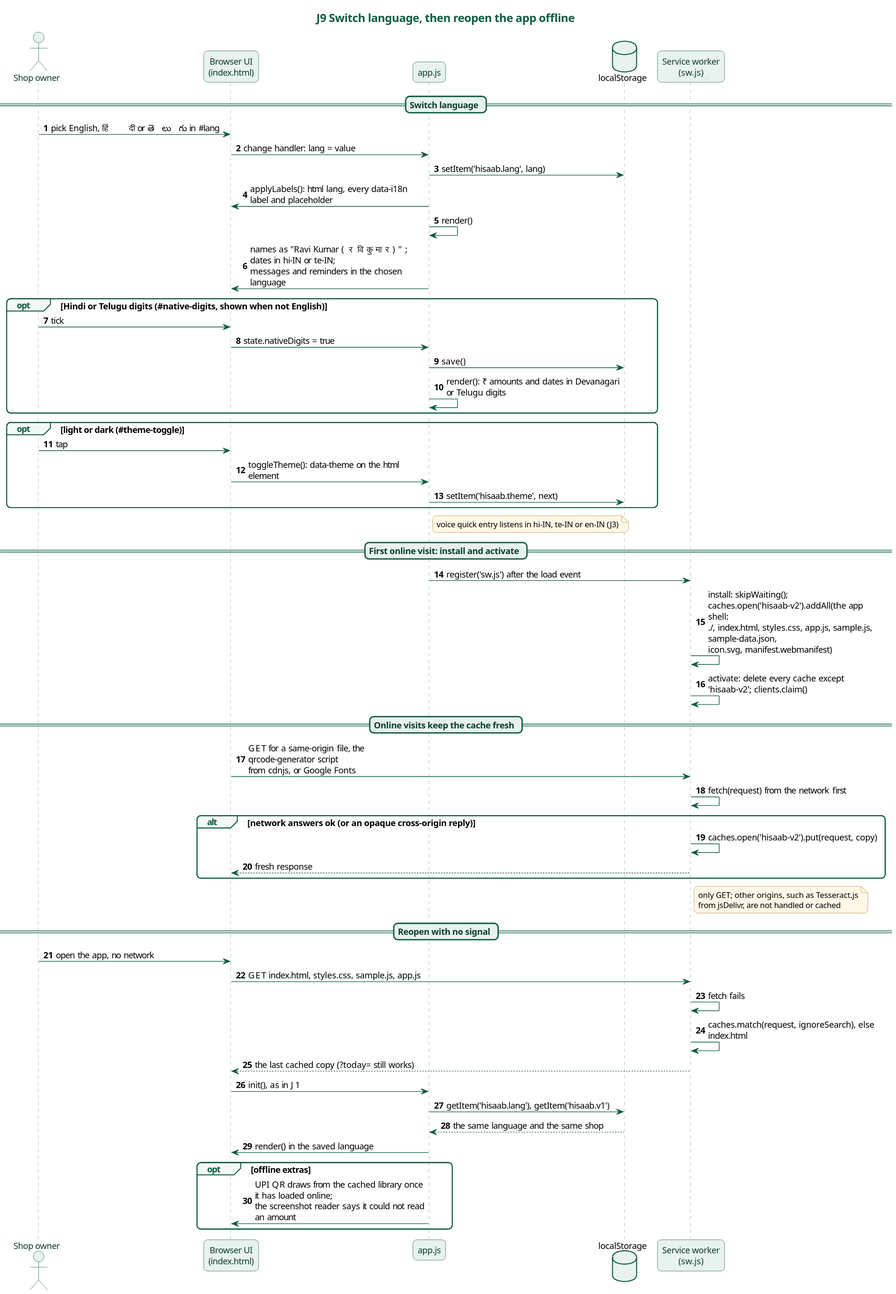
This is docs/diagrams/j9-language-offline.svg from karwasanjay007/hisaab-docs, a PlantUML export, as it was before one commit. The source it was exported from:
```plantuml
@startuml
title J9 Switch language, then reopen the app offline
skinparam backgroundColor white
skinparam defaultFontName "Noto Sans"
skinparam defaultFontSize 13
skinparam roundCorner 12
skinparam shadowing false
skinparam maxMessageSize 260
skinparam titleFontSize 17
skinparam titleFontColor #0E5C45
skinparam sequenceMessageAlign left
skinparam responseMessageBelowArrow true
skinparam sequence {
  ArrowColor #0E5C45
  LifeLineBorderColor #7FA89A
  LifeLineBackgroundColor #E8F2EE
  ParticipantBorderColor #0E5C45
  ParticipantBackgroundColor #E8F2EE
  ParticipantFontColor #0B3D2E
  ActorBorderColor #0E5C45
  ActorBackgroundColor #E8F2EE
  ActorFontColor #0B3D2E
  GroupBorderColor #0E5C45
  GroupHeaderFontColor #0E5C45
  GroupBackgroundColor #F3F8F6
  DividerBorderColor #0E5C45
  DividerBackgroundColor #E8F2EE
  DividerFontColor #0B3D2E
  BoxBorderColor #0E5C45
}
skinparam database {
  BorderColor #0E5C45
  BackgroundColor #E8F2EE
}
skinparam note {
  BorderColor #B08A2E
  BackgroundColor #FFF8E6
  FontSize 12
}
actor "Shop owner" as Owner
participant "Browser UI\n(index.html)" as UI
participant "app.js" as App
database "localStorage" as LS
participant "Service worker\n(sw.js)" as SW
autonumber
== Switch language ==
Owner -> UI : pick English, हिंदी or తెలుగు in #lang
UI -> App : change handler: lang = value
App -> LS : setItem('hisaab.lang', lang)
App -> UI : applyLabels(): html lang, every data-i18n label and placeholder
App -> App : render()
App -> UI : names as "Ravi Kumar (रवि कुमार)"; dates in hi-IN or te-IN;\nmessages and reminders in the chosen language
opt Hindi or Telugu digits (#native-digits, shown when not English)
  Owner -> UI : tick
  UI -> App : state.nativeDigits = true
  App -> LS : save()
  App -> App : render(): ₹ amounts and dates in Devanagari or Telugu digits
end
opt light or dark (#theme-toggle)
  Owner -> UI : tap
  UI -> App : toggleTheme(): data-theme on the html element
  App -> LS : setItem('hisaab.theme', next)
end
note right of App : voice quick entry listens in hi-IN, te-IN or en-IN (J3)
== First online visit: install and activate ==
App -> SW : register('sw.js') after the load event
SW -> SW : install: skipWaiting(); caches.open('hisaab-v2').addAll(the app shell:\n./, index.html, styles.css, app.js, sample.js, sample-data.json,\nicon.svg, manifest.webmanifest)
SW -> SW : activate: delete every cache except 'hisaab-v2'; clients.claim()
== Online visits keep the cache fresh ==
UI -> SW : GET for a same-origin file, the qrcode-generator script\nfrom cdnjs, or Google Fonts
SW -> SW : fetch(request) from the network first
alt network answers ok (or an opaque cross-origin reply)
  SW -> SW : caches.open('hisaab-v2').put(request, copy)
  SW --> UI : fresh response
end
note right of SW : only GET; other origins, such as Tesseract.js\nfrom jsDelivr, are not handled or cached
== Reopen with no signal ==
Owner -> UI : open the app, no network
UI -> SW : GET index.html, styles.css, sample.js, app.js
SW -> SW : fetch fails
SW -> SW : caches.match(request, ignoreSearch), else index.html
SW --> UI : the last cached copy (?today= still works)
UI -> App : init(), as in J1
App -> LS : getItem('hisaab.lang'), getItem('hisaab.v1')
LS --> App : the same language and the same shop
App -> UI : render() in the saved language
opt offline extras
  App -> UI : UPI QR draws from the cached library once it has loaded online;\nthe screenshot reader says it could not read an amount
end
@enduml
```
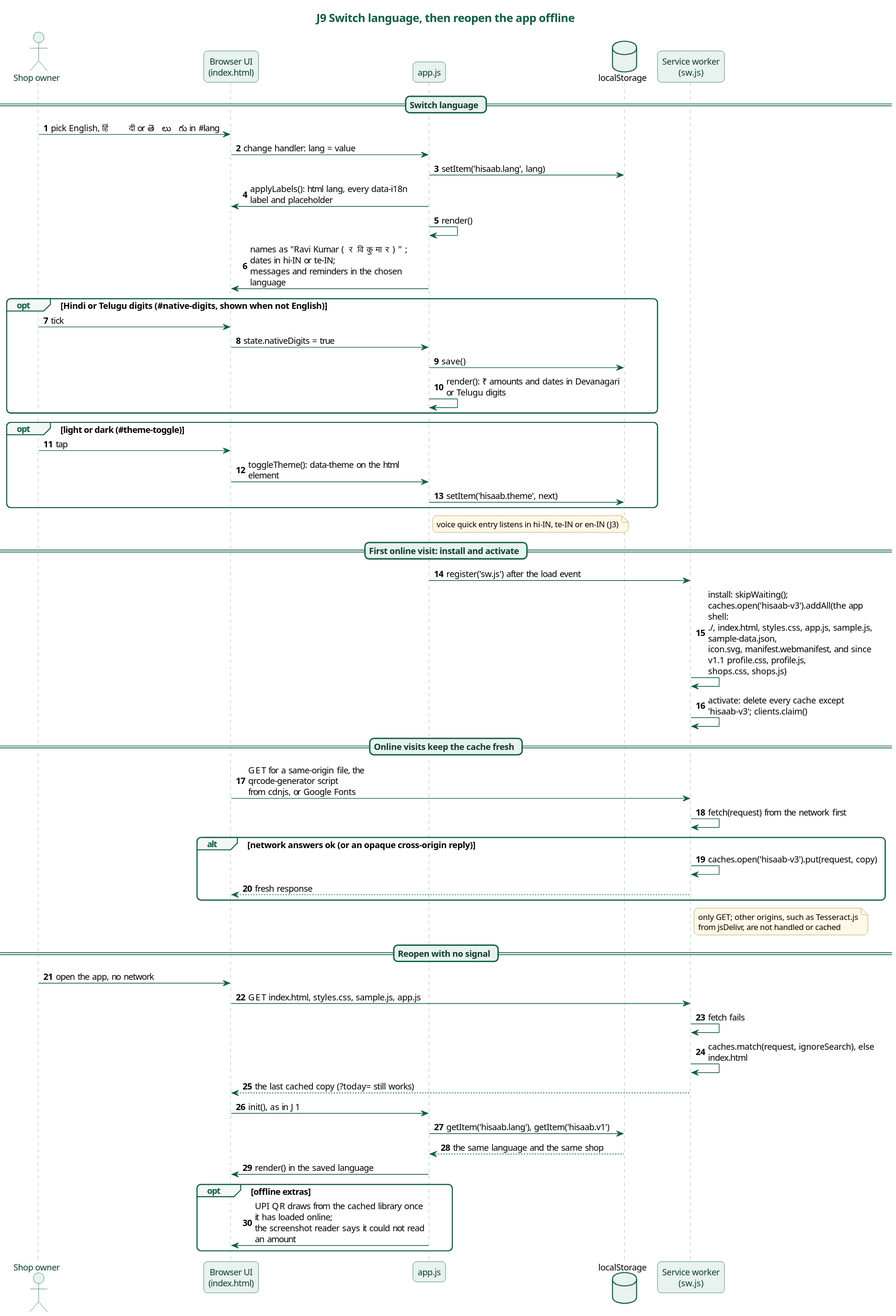
The same diagram one commit later.

Commit message:
Diagrams for version 1.1.0.0: J1 loads the add-ons, J6 statement carries the shop profile, J9 cache hisaab-v3 with the new files

What changed in the source:
```diff
@@ -64,13 +64,13 @@
 note right of App : voice quick entry listens in hi-IN, te-IN or en-IN (J3)
 == First online visit: install and activate ==
 App -> SW : register('sw.js') after the load event
-SW -> SW : install: skipWaiting(); caches.open('hisaab-v2').addAll(the app shell:\n./, index.html, styles.css, app.js, sample.js, sample-data.json,\nicon.svg, manifest.webmanifest)
-SW -> SW : activate: delete every cache except 'hisaab-v2'; clients.claim()
+SW -> SW : install: skipWaiting(); caches.open('hisaab-v3').addAll(the app shell:\n./, index.html, styles.css, app.js, sample.js, sample-data.json,\nicon.svg, manifest.webmanifest, and since v1.1 profile.css, profile.js,\nshops.css, shops.js)
+SW -> SW : activate: delete every cache except 'hisaab-v3'; clients.claim()
 == Online visits keep the cache fresh ==
 UI -> SW : GET for a same-origin file, the qrcode-generator script\nfrom cdnjs, or Google Fonts
 SW -> SW : fetch(request) from the network first
 alt network answers ok (or an opaque cross-origin reply)
-  SW -> SW : caches.open('hisaab-v2').put(request, copy)
+  SW -> SW : caches.open('hisaab-v3').put(request, copy)
   SW --> UI : fresh response
 end
 note right of SW : only GET; other origins, such as Tesseract.js\nfrom jsDelivr, are not handled or cached
```
